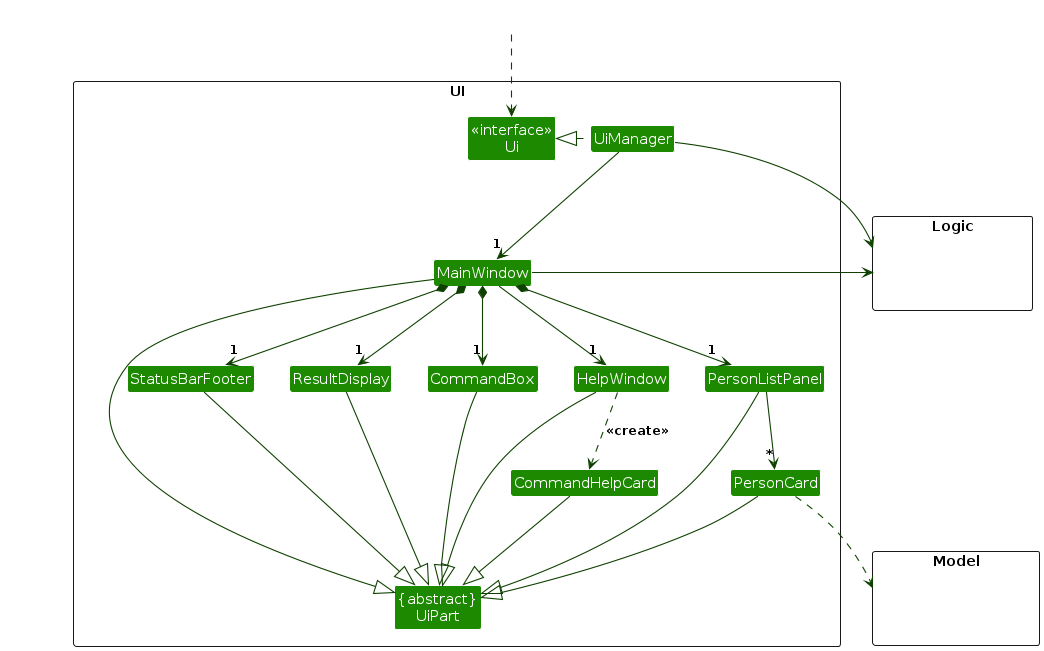
Before: diagrams/UiClassDiagram.png, a diagram exported from PlantUML (AY2627S1-CS2103T-W11-4/tp). Its source is kept beside it as diagrams/UiClassDiagram.puml.
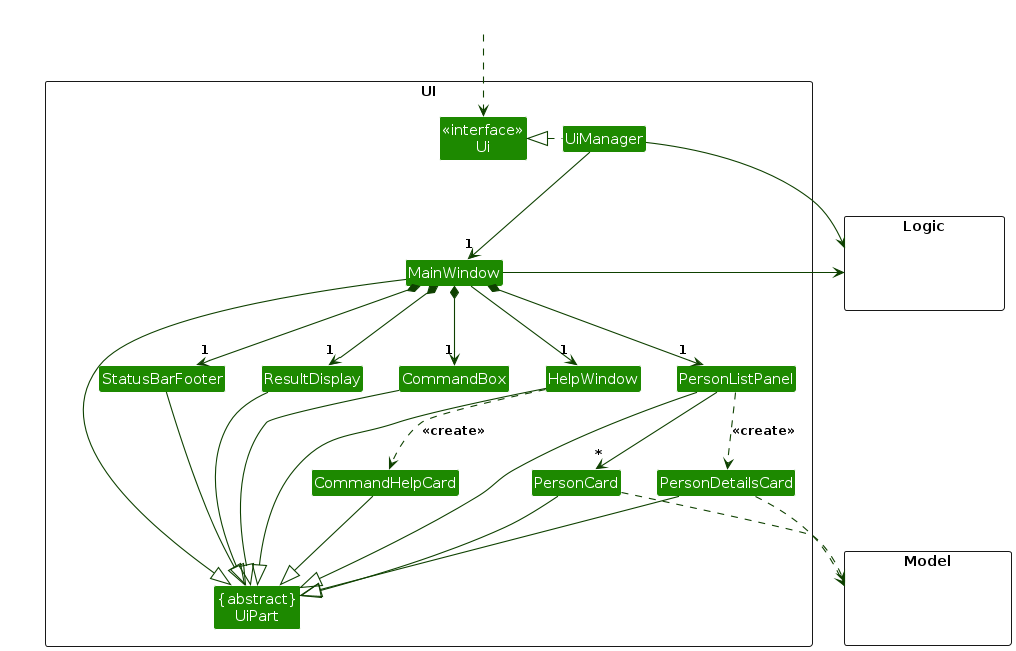
Later version of the same file.

Change to the diagram source:
```diff
@@ -14,6 +14,7 @@
 Class ResultDisplay
 Class PersonListPanel
 Class PersonCard
+Class PersonDetailsCard
 Class StatusBarFooter
 Class CommandBox
 }
@@ -38,6 +39,7 @@
 MainWindow --> "1" HelpWindow
 
 PersonListPanel -down-> "*" PersonCard
+PersonListPanel ..> PersonDetailsCard : <<create>>
 
 MainWindow -left-|> UiPart
 
@@ -45,12 +47,14 @@
 CommandBox --|> UiPart
 PersonListPanel --|> UiPart
 PersonCard --|> UiPart
+PersonDetailsCard --|> UiPart
 StatusBarFooter --|> UiPart
 HelpWindow --|> UiPart
 CommandHelpCard --|> UiPart
 HelpWindow ..> CommandHelpCard : <<create>>
 
 PersonCard ..> Model
+PersonDetailsCard ..> Model
 UiManager -right-> Logic
 MainWindow -left-> Logic
 
```
